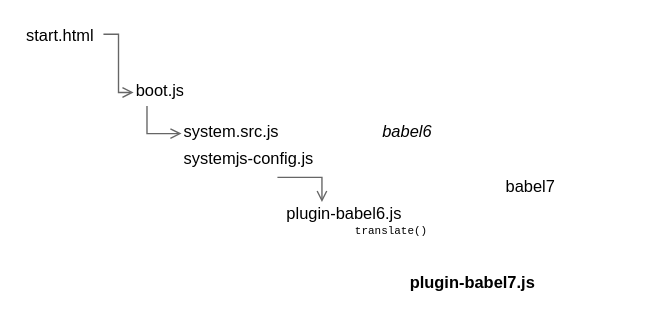
LivelyKernel/lively4-core keeps this draw.io diagram as doc/babel/babel.drawio. Above is the earlier version. Source tidied: cells renumbered, new cells numbered last; positions are measured from the earlier drawing's top-left corner, leaving out a move shared by most shapes. Both pictures are drawn from the tidied source at 137%, with x=0, y=0 at pixel (23, 23).
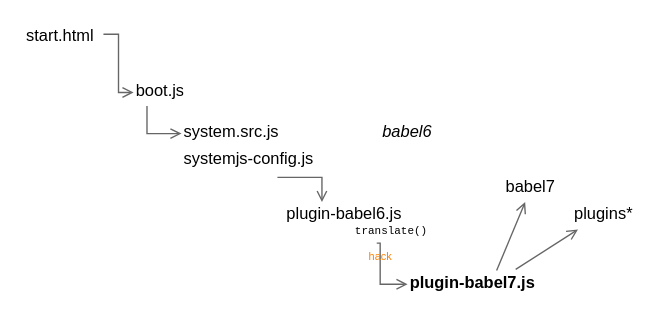
The same diagram, later.

Unchanged cells that the change refers to:
```xml
<mxCell id="10" value="plugin-babel7.js" style="text;whiteSpace=wrap;html=1;fontSize=12;fontFamily=Helvetica;fontColor=default;spacingLeft=0;spacingRight=0;spacing=2;spacingBottom=0;spacingTop=-5;fontStyle=1;" parent="1" vertex="1">
  <mxGeometry x="280" y="180" width="130" height="20" as="geometry" />
</mxCell>
<mxCell id="11" value="&lt;font face=&quot;Courier New&quot; style=&quot;font-size: 8px;&quot;&gt;translate()&lt;/font&gt;" style="text;whiteSpace=wrap;html=1;fontSize=8;fontFamily=Helvetica;fontColor=default;" parent="1" vertex="1">
  <mxGeometry x="240" y="140" width="70" height="20" as="geometry" />
</mxCell>
```

What changed in the source:
```diff
@@
     <mxCell id="12" value="babel7" style="text;whiteSpace=wrap;html=1;fontSize=12;fontFamily=Helvetica;fontColor=default;spacingLeft=0;spacingRight=0;spacing=2;spacingBottom=0;spacingTop=-5;fontStyle=0;" parent="1" vertex="1">
-      <mxGeometry x="350" y="110" width="60" height="30" as="geometry" />
+      <mxGeometry x="350" y="110" width="40" height="20" as="geometry" />
     </mxCell>
@@
+    <mxCell id="14" style="shape=connector;rounded=0;jettySize=auto;html=1;exitX=0.5;exitY=0;exitDx=0;exitDy=0;labelBackgroundColor=default;strokeColor=#666666;fontFamily=Helvetica;fontSize=11;fontColor=default;endArrow=open;endFill=0;" parent="1" edge="1" source="10" target="12">
+      <mxGeometry relative="1" as="geometry" />
+    </mxCell>
+    <mxCell id="15" value="plugins*" style="text;whiteSpace=wrap;html=1;fontSize=12;fontFamily=Helvetica;fontColor=default;spacingLeft=0;spacingRight=0;spacing=2;spacingBottom=0;spacingTop=-5;fontStyle=0;" parent="1" vertex="1">
+      <mxGeometry x="400" y="130" width="40" height="20" as="geometry" />
+    </mxCell>
+    <mxCell id="16" style="shape=connector;rounded=0;jettySize=auto;html=1;exitX=0.607;exitY=-0.043;exitDx=0;exitDy=0;labelBackgroundColor=default;strokeColor=#666666;fontFamily=Helvetica;fontSize=11;fontColor=default;endArrow=open;endFill=0;exitPerimeter=0;" parent="1" edge="1" source="10" target="15">
+      <mxGeometry relative="1" as="geometry" />
+    </mxCell>
+    <mxCell id="17" style="edgeStyle=orthogonalEdgeStyle;shape=connector;rounded=0;jettySize=auto;html=1;exitX=0.25;exitY=1;exitDx=0;exitDy=0;entryX=0;entryY=0.5;entryDx=0;entryDy=0;labelBackgroundColor=default;strokeColor=#666666;fontFamily=Helvetica;fontSize=11;fontColor=default;endArrow=open;endFill=0;" parent="1" edge="1" source="11" target="10">
+      <mxGeometry relative="1" as="geometry">
+        <Array as="points">
+          <mxPoint x="260" y="160" />
+          <mxPoint x="260" y="190" />
+        </Array>
+      </mxGeometry>
+    </mxCell>
+    <mxCell id="18" value="hack" style="text;html=1;align=center;verticalAlign=middle;strokeColor=none;fillColor=none;fontSize=8;fontFamily=Helvetica;fontColor=#FF8000;fontStyle=0;" parent="1" vertex="1">
+      <mxGeometry x="240" y="160" width="40" height="20" as="geometry" />
+    </mxCell>
```
